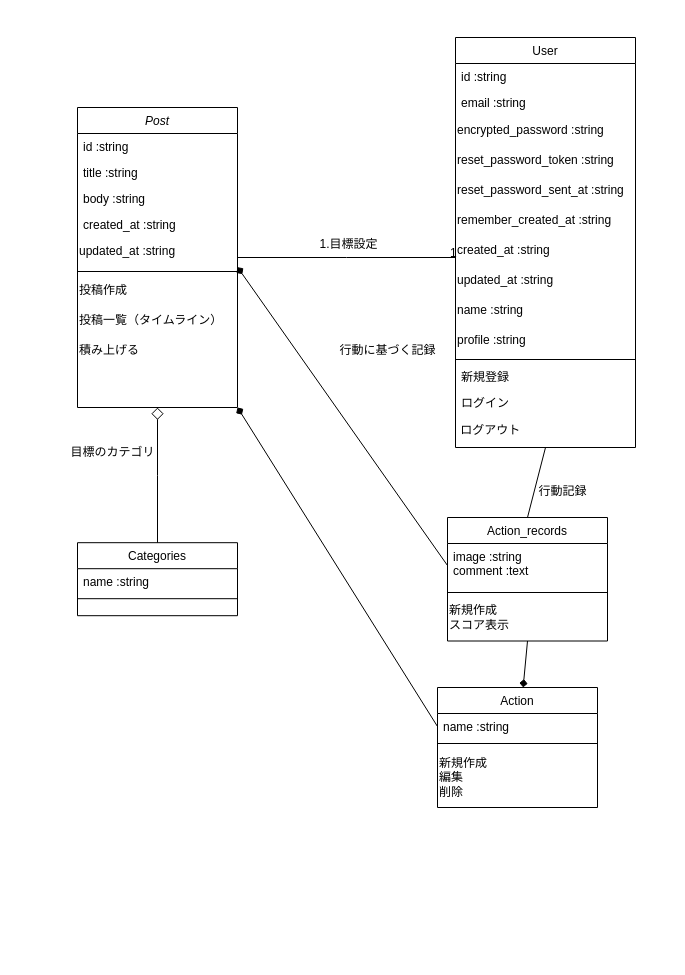
This is 名称未設定ファイル.drawio from makoto1998/dotinstall.github.io, a draw.io file, before an edit. Source tidied: cells renumbered, new cells numbered last; positions are measured from the earlier drawing's top-left corner, leaving out a move shared by most shapes. Both pictures are drawn from the tidied source at 100%, with x=0, y=0 at pixel (57, 37).
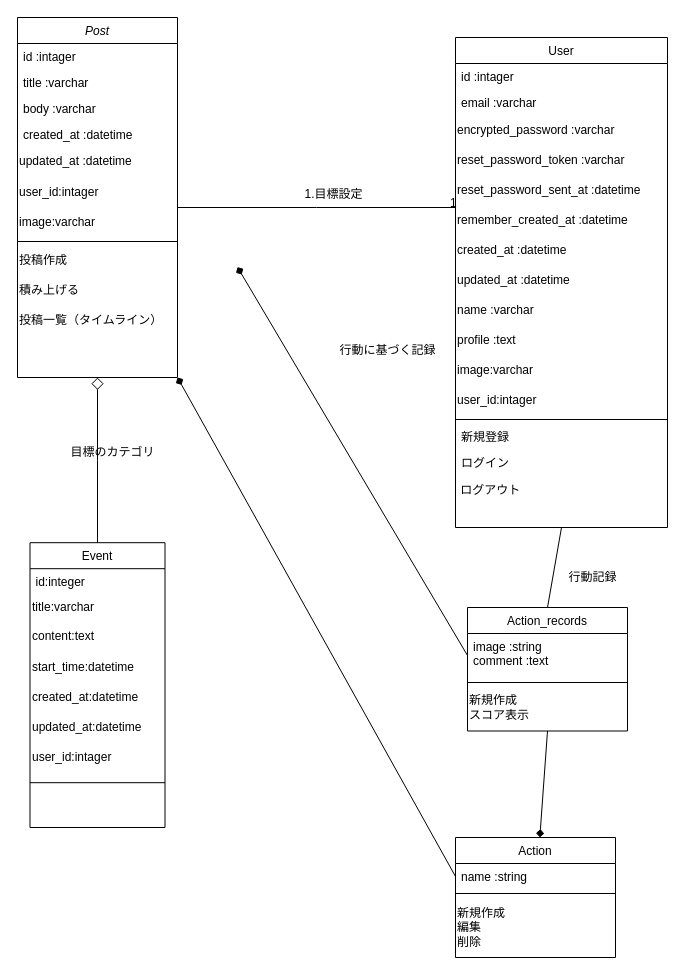
After the change.

Commit message:
名称未設定ファイル.drawio を更新します

What changed in the source:
```diff
@@
     <mxCell id="2" value="Post" style="swimlane;fontStyle=2;align=center;verticalAlign=middle;horizontal=1;startSize=26;rounded=0;shadow=0;strokeWidth=1;" parent="1" vertex="1">
-      <mxGeometry x="20" y="70" width="160" height="300" as="geometry" />
+      <mxGeometry x="-40" y="-20" width="160" height="360" as="geometry" />
     </mxCell>
-    <mxCell id="3" value="id :string" style="text;align=left;verticalAlign=top;spacingLeft=4;spacingRight=4;overflow=hidden;" parent="2" vertex="1">
+    <mxCell id="3" value="id :intager" style="text;align=left;verticalAlign=top;spacingLeft=4;spacingRight=4;overflow=hidden;" parent="2" vertex="1">
       <mxGeometry y="26" width="160" height="26" as="geometry" />
     </mxCell>
-    <mxCell id="4" value="title :string" style="text;align=left;verticalAlign=top;spacingLeft=4;spacingRight=4;overflow=hidden;rounded=0;shadow=0;html=0;" parent="2" vertex="1">
+    <mxCell id="4" value="title :varchar" style="text;align=left;verticalAlign=top;spacingLeft=4;spacingRight=4;overflow=hidden;rounded=0;shadow=0;html=0;" parent="2" vertex="1">
       <mxGeometry y="52" width="160" height="26" as="geometry" />
     </mxCell>
-    <mxCell id="5" value="body :string" style="text;align=left;verticalAlign=top;spacingLeft=4;spacingRight=4;overflow=hidden;rounded=0;shadow=0;html=0;" parent="2" vertex="1">
+    <mxCell id="5" value="body :varchar" style="text;align=left;verticalAlign=top;spacingLeft=4;spacingRight=4;overflow=hidden;rounded=0;shadow=0;html=0;" parent="2" vertex="1">
       <mxGeometry y="78" width="160" height="26" as="geometry" />
     </mxCell>
-    <mxCell id="6" value="created_at :string" style="text;align=left;verticalAlign=top;spacingLeft=4;spacingRight=4;overflow=hidden;rounded=0;shadow=0;html=0;" parent="2" vertex="1">
+    <mxCell id="6" value="created_at :datetime" style="text;align=left;verticalAlign=top;spacingLeft=4;spacingRight=4;overflow=hidden;rounded=0;shadow=0;html=0;" parent="2" vertex="1">
       <mxGeometry y="104" width="160" height="26" as="geometry" />
     </mxCell>
-    <mxCell id="7" value="updated_at :string" style="text;html=1;align=left;verticalAlign=top;strokeColor=none;fillColor=none;" parent="2" vertex="1">
+    <mxCell id="7" value="updated_at :datetime" style="text;html=1;align=left;verticalAlign=top;strokeColor=none;fillColor=none;" parent="2" vertex="1">
       <mxGeometry y="130" width="160" height="30" as="geometry" />
     </mxCell>
+    <mxCell id="49" value="user_id:intager" style="text;html=1;align=left;verticalAlign=middle;strokeColor=none;fillColor=none;" parent="2" vertex="1">
+      <mxGeometry y="160" width="160" height="30" as="geometry" />
+    </mxCell>
+    <mxCell id="50" value="image:varchar" style="text;html=1;align=left;verticalAlign=middle;strokeColor=none;fillColor=none;" parent="2" vertex="1">
+      <mxGeometry y="190" width="160" height="30" as="geometry" />
+    </mxCell>
     <mxCell id="8" style="line;html=1;strokeWidth=1;align=left;verticalAlign=middle;spacingTop=-1;spacingLeft=3;spacingRight=3;labelPosition=right;" parent="2" vertex="1">
-      <mxGeometry y="160" width="160" height="8" as="geometry" />
+      <mxGeometry y="220" width="160" height="8" as="geometry" />
     </mxCell>
     <mxCell id="9" value="投稿作成" style="text;html=1;align=left;verticalAlign=middle;strokeColor=none;fillColor=none;" parent="2" vertex="1">
-      <mxGeometry y="168" width="160" height="30" as="geometry" />
+      <mxGeometry y="228" width="160" height="30" as="geometry" />
     </mxCell>
+    <mxCell id="11" value="積み上げる" style="text;html=1;align=left;verticalAlign=middle;strokeColor=none;fillColor=none;" parent="2" vertex="1">
+      <mxGeometry y="258" width="160" height="30" as="geometry" />
+    </mxCell>
     <mxCell id="10" value="投稿一覧（タイムライン）" style="text;html=1;align=left;verticalAlign=middle;strokeColor=none;fillColor=none;" parent="2" vertex="1">
-      <mxGeometry y="198" width="160" height="30" as="geometry" />
+      <mxGeometry y="288" width="160" height="30" as="geometry" />
     </mxCell>
-    <mxCell id="11" value="積み上げる" style="text;html=1;align=left;verticalAlign=middle;strokeColor=none;fillColor=none;" parent="2" vertex="1">
-      <mxGeometry y="228" width="160" height="30" as="geometry" />
-    </mxCell>
-    <mxCell id="12" value="Categories&#10;" style="swimlane;fontStyle=0;align=center;verticalAlign=top;horizontal=1;startSize=26;rounded=0;shadow=0;strokeWidth=1;" parent="1" vertex="1">
-      <mxGeometry x="20" y="505.2" width="160" height="73" as="geometry" />
+    <mxCell id="12" value="Event" style="swimlane;fontStyle=0;align=center;verticalAlign=top;horizontal=1;startSize=26;rounded=0;shadow=0;strokeWidth=1;" parent="1" vertex="1">
+      <mxGeometry x="-27.5" y="505.2" width="135" height="284.8" as="geometry" />
     </mxCell>
-    <mxCell id="13" value="name :string" style="text;align=left;verticalAlign=top;spacingLeft=4;spacingRight=4;overflow=hidden;" parent="12" vertex="1">
-      <mxGeometry y="26" width="160" height="26" as="geometry" />
+    <mxCell id="13" value="id:integer" style="text;align=left;verticalAlign=top;spacingLeft=4;spacingRight=4;overflow=hidden;" parent="12" vertex="1">
+      <mxGeometry y="26" width="135" height="24" as="geometry" />
     </mxCell>
+    <mxCell id="51" value="title:varchar" style="text;html=1;align=left;verticalAlign=middle;strokeColor=none;fillColor=none;" parent="12" vertex="1">
+      <mxGeometry y="50" width="135" height="30" as="geometry" />
+    </mxCell>
+    <mxCell id="52" value="content:text" style="text;html=1;align=left;verticalAlign=top;strokeColor=none;fillColor=none;" parent="12" vertex="1">
+      <mxGeometry y="80" width="135" height="30" as="geometry" />
+    </mxCell>
+    <mxCell id="53" value="start_time:datetime" style="text;html=1;align=left;verticalAlign=middle;strokeColor=none;fillColor=none;" parent="12" vertex="1">
+      <mxGeometry y="110" width="135" height="30" as="geometry" />
+    </mxCell>
+    <mxCell id="54" value="created_at:datetime" style="text;html=1;align=left;verticalAlign=middle;strokeColor=none;fillColor=none;" parent="12" vertex="1">
+      <mxGeometry y="140" width="135" height="30" as="geometry" />
+    </mxCell>
+    <mxCell id="55" value="updated_at:datetime" style="text;html=1;align=left;verticalAlign=middle;strokeColor=none;fillColor=none;" parent="12" vertex="1">
+      <mxGeometry y="170" width="135" height="30" as="geometry" />
+    </mxCell>
+    <mxCell id="56" value="user_id:intager" style="text;html=1;align=left;verticalAlign=middle;strokeColor=none;fillColor=none;" parent="12" vertex="1">
+      <mxGeometry y="200" width="135" height="30" as="geometry" />
+    </mxCell>
     <mxCell id="14" style="line;html=1;strokeWidth=1;align=left;verticalAlign=middle;spacingTop=-1;spacingLeft=3;spacingRight=3;labelPosition=right;" parent="12" vertex="1">
-      <mxGeometry y="52" width="160" height="8" as="geometry" />
+      <mxGeometry y="230" width="135" height="20" as="geometry" />
     </mxCell>
@@
     <mxCell id="18" value="Action_records&#10;&#10;" style="swimlane;fontStyle=0;align=center;verticalAlign=top;horizontal=1;startSize=26;rounded=0;shadow=0;strokeWidth=1;" parent="1" vertex="1">
-      <mxGeometry x="390" y="480" width="160" height="123.5" as="geometry" />
+      <mxGeometry x="410" y="570" width="160" height="123.5" as="geometry" />
     </mxCell>
@@
     <mxCell id="22" value="User" style="swimlane;fontStyle=0;align=center;verticalAlign=top;horizontal=1;startSize=26;rounded=0;shadow=0;strokeWidth=1;" parent="1" vertex="1">
-      <mxGeometry x="398" width="180" height="410" as="geometry" />
+      <mxGeometry x="398" width="212" height="490" as="geometry" />
     </mxCell>
-    <mxCell id="23" value="id :string&#10;" style="text;align=left;verticalAlign=top;spacingLeft=4;spacingRight=4;overflow=hidden;" parent="22" vertex="1">
-      <mxGeometry y="26" width="180" height="26" as="geometry" />
+    <mxCell id="23" value="id :intager&#10;" style="text;align=left;verticalAlign=top;spacingLeft=4;spacingRight=4;overflow=hidden;" parent="22" vertex="1">
+      <mxGeometry y="26" width="212" height="26" as="geometry" />
     </mxCell>
-    <mxCell id="24" value="email :string&#10;" style="text;align=left;verticalAlign=top;spacingLeft=4;spacingRight=4;overflow=hidden;rounded=0;shadow=0;html=0;" parent="22" vertex="1">
-      <mxGeometry y="52" width="180" height="26" as="geometry" />
+    <mxCell id="24" value="email :varchar" style="text;align=left;verticalAlign=top;spacingLeft=4;spacingRight=4;overflow=hidden;rounded=0;shadow=0;html=0;" parent="22" vertex="1">
+      <mxGeometry y="52" width="212" height="26" as="geometry" />
     </mxCell>
-    <mxCell id="25" value="encrypted_password :string" style="text;html=1;align=left;verticalAlign=middle;strokeColor=none;fillColor=none;" parent="22" vertex="1">
-      <mxGeometry y="78" width="180" height="30" as="geometry" />
+    <mxCell id="25" value="encrypted_password :varchar" style="text;html=1;align=left;verticalAlign=middle;strokeColor=none;fillColor=none;" parent="22" vertex="1">
+      <mxGeometry y="78" width="212" height="30" as="geometry" />
     </mxCell>
-    <mxCell id="26" value="reset_password_token :string" style="text;html=1;align=left;verticalAlign=middle;strokeColor=none;fillColor=none;" parent="22" vertex="1">
-      <mxGeometry y="108" width="180" height="30" as="geometry" />
+    <mxCell id="26" value="reset_password_token :varchar" style="text;html=1;align=left;verticalAlign=middle;strokeColor=none;fillColor=none;" parent="22" vertex="1">
+      <mxGeometry y="108" width="212" height="30" as="geometry" />
     </mxCell>
-    <mxCell id="27" value="reset_password_sent_at :string" style="text;html=1;align=left;verticalAlign=middle;strokeColor=none;fillColor=none;" parent="22" vertex="1">
-      <mxGeometry y="138" width="180" height="30" as="geometry" />
+    <mxCell id="27" value="reset_password_sent_at :datetime" style="text;html=1;align=left;verticalAlign=middle;strokeColor=none;fillColor=none;" parent="22" vertex="1">
+      <mxGeometry y="138" width="212" height="30" as="geometry" />
     </mxCell>
-    <mxCell id="28" value="remember_created_at :string" style="text;html=1;align=left;verticalAlign=middle;strokeColor=none;fillColor=none;" parent="22" vertex="1">
-      <mxGeometry y="168" width="180" height="30" as="geometry" />
+    <mxCell id="28" value="remember_created_at :datetime" style="text;html=1;align=left;verticalAlign=middle;strokeColor=none;fillColor=none;" parent="22" vertex="1">
+      <mxGeometry y="168" width="212" height="30" as="geometry" />
     </mxCell>
-    <mxCell id="29" value="created_at :string" style="text;html=1;align=left;verticalAlign=middle;strokeColor=none;fillColor=none;" parent="22" vertex="1">
-      <mxGeometry y="198" width="180" height="30" as="geometry" />
+    <mxCell id="29" value="created_at :datetime" style="text;html=1;align=left;verticalAlign=middle;strokeColor=none;fillColor=none;" parent="22" vertex="1">
+      <mxGeometry y="198" width="212" height="30" as="geometry" />
     </mxCell>
-    <mxCell id="30" value="updated_at :string" style="text;html=1;align=left;verticalAlign=middle;strokeColor=none;fillColor=none;" parent="22" vertex="1">
-      <mxGeometry y="228" width="180" height="30" as="geometry" />
+    <mxCell id="30" value="updated_at :datetime" style="text;html=1;align=left;verticalAlign=middle;strokeColor=none;fillColor=none;" parent="22" vertex="1">
+      <mxGeometry y="228" width="212" height="30" as="geometry" />
     </mxCell>
-    <mxCell id="31" value="name :string" style="text;html=1;align=left;verticalAlign=middle;strokeColor=none;fillColor=none;" parent="22" vertex="1">
-      <mxGeometry y="258" width="180" height="30" as="geometry" />
+    <mxCell id="31" value="name :varchar" style="text;html=1;align=left;verticalAlign=middle;strokeColor=none;fillColor=none;" parent="22" vertex="1">
+      <mxGeometry y="258" width="212" height="30" as="geometry" />
     </mxCell>
-    <mxCell id="32" value="profile :string" style="text;html=1;align=left;verticalAlign=middle;strokeColor=none;fillColor=none;" parent="22" vertex="1">
-      <mxGeometry y="288" width="180" height="30" as="geometry" />
+    <mxCell id="32" value="profile :text" style="text;html=1;align=left;verticalAlign=middle;strokeColor=none;fillColor=none;" parent="22" vertex="1">
+      <mxGeometry y="288" width="212" height="30" as="geometry" />
     </mxCell>
+    <mxCell id="57" value="image:varchar" style="text;html=1;align=left;verticalAlign=middle;strokeColor=none;fillColor=none;" parent="22" vertex="1">
+      <mxGeometry y="318" width="212" height="30" as="geometry" />
+    </mxCell>
+    <mxCell id="58" value="user_id:intager" style="text;html=1;align=left;verticalAlign=middle;strokeColor=none;fillColor=none;" parent="22" vertex="1">
+      <mxGeometry y="348" width="212" height="30" as="geometry" />
+    </mxCell>
     <mxCell id="33" style="line;html=1;strokeWidth=1;align=left;verticalAlign=middle;spacingTop=-1;spacingLeft=3;spacingRight=3;labelPosition=right;" parent="22" vertex="1">
-      <mxGeometry y="318" width="180" height="8" as="geometry" />
+      <mxGeometry y="378" width="212" height="8" as="geometry" />
     </mxCell>
     <mxCell id="34" value="新規登録" style="text;align=left;verticalAlign=top;spacingLeft=4;spacingRight=4;overflow=hidden;" parent="22" vertex="1">
-      <mxGeometry y="326" width="180" height="26" as="geometry" />
+      <mxGeometry y="386" width="212" height="26" as="geometry" />
     </mxCell>
     <mxCell id="35" value="ログイン" style="text;align=left;verticalAlign=top;spacingLeft=4;spacingRight=4;overflow=hidden;" parent="22" vertex="1">
-      <mxGeometry y="352" width="180" height="26" as="geometry" />
+      <mxGeometry y="412" width="212" height="26" as="geometry" />
     </mxCell>
     <mxCell id="36" value="&amp;nbsp;ログアウト" style="text;html=1;align=left;verticalAlign=middle;strokeColor=none;fillColor=none;" parent="22" vertex="1">
-      <mxGeometry y="378" width="180" height="30" as="geometry" />
+      <mxGeometry y="438" width="212" height="30" as="geometry" />
     </mxCell>
@@
     <mxCell id="40" value="Action&#10;" style="swimlane;fontStyle=0;align=center;verticalAlign=top;horizontal=1;startSize=26;rounded=0;shadow=0;strokeWidth=1;" parent="1" vertex="1">
-      <mxGeometry x="380" y="650" width="160" height="120" as="geometry" />
+      <mxGeometry x="398" y="800" width="160" height="120" as="geometry" />
     </mxCell>
@@
     <mxCell id="47" value="行動記録" style="text;html=1;align=center;verticalAlign=middle;strokeColor=none;fillColor=none;" parent="1" vertex="1">
-      <mxGeometry x="470" y="438.5" width="70" height="30" as="geometry" />
+      <mxGeometry x="500" y="525" width="70" height="30" as="geometry" />
     </mxCell>
```
